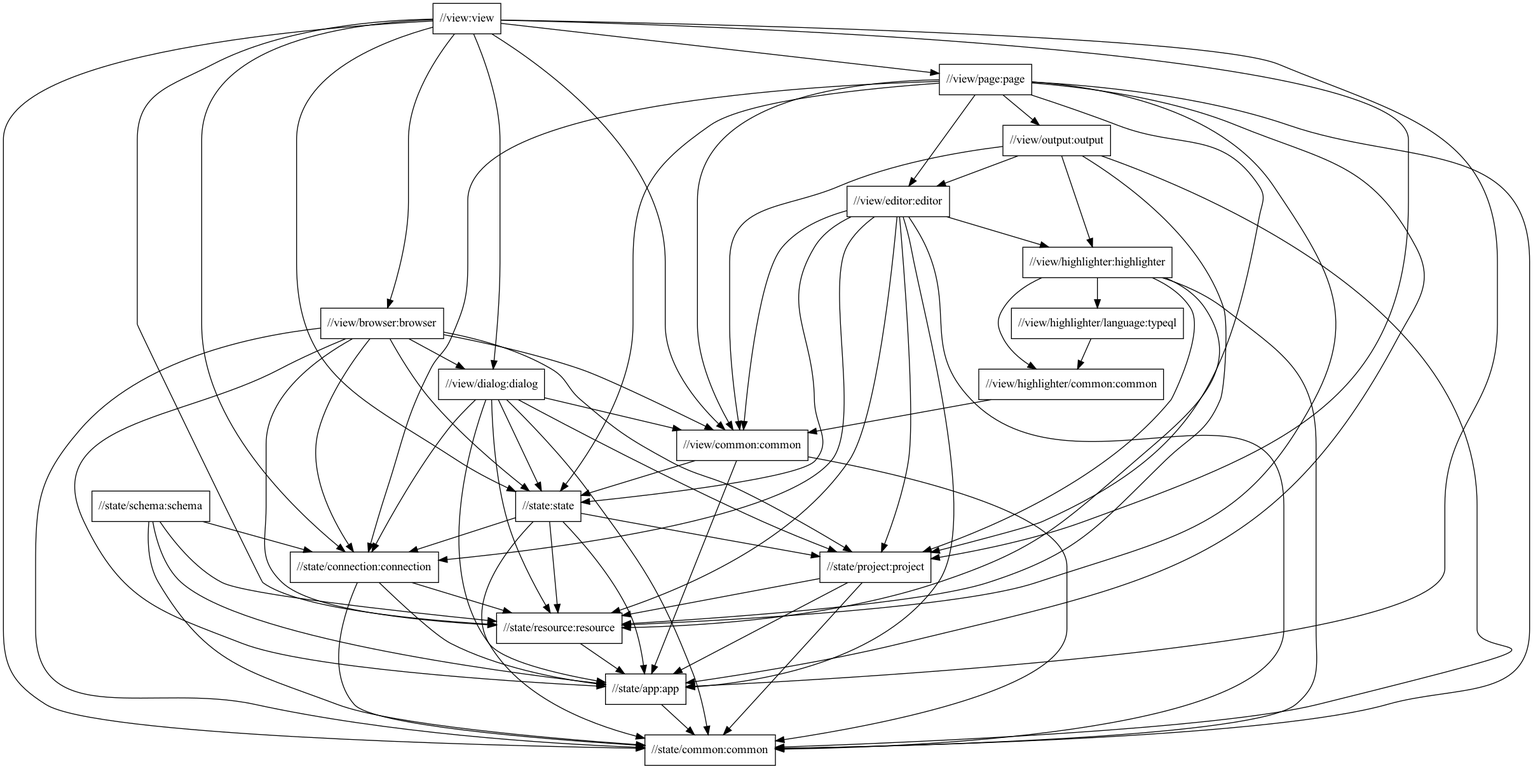
This is docs/global-package-structure.png from typedb/typedb-studio, a Graphviz export, as it was before one commit. Its source is kept beside it as docs/global-package-structure.dot.
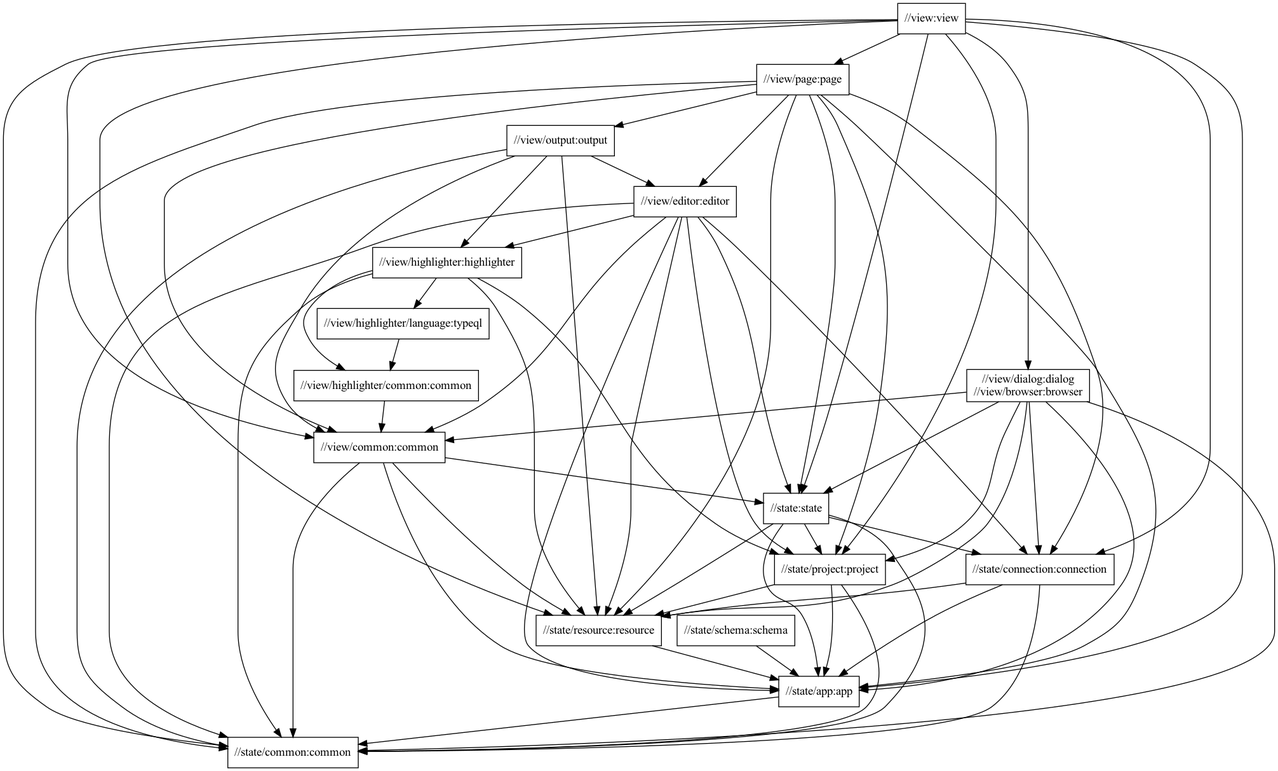
After the change.

Commit message:
Update package structure

What changed in the source:
```diff
@@ -1,5 +1,7 @@
 digraph mygraph {
   node [shape=box];
+  "//state/schema:schema"
+  "//state/schema:schema" -> "//state/app:app"
   "//view:view"
   "//view:view" -> "//state:state"
   "//view:view" -> "//state/app:app"
@@ -7,9 +9,8 @@
   "//view:view" -> "//state/connection:connection"
   "//view:view" -> "//state/project:project"
   "//view:view" -> "//state/resource:resource"
-  "//view:view" -> "//view/browser:browser"
+  "//view:view" -> "//view/dialog:dialog\n//view/browser:browser"
   "//view:view" -> "//view/common:common"
-  "//view:view" -> "//view/dialog:dialog"
   "//view:view" -> "//view/page:page"
   "//view/page:page"
   "//view/page:page" -> "//state:state"
@@ -46,24 +47,16 @@
   "//view/highlighter/language:typeql" -> "//view/highlighter/common:common"
   "//view/highlighter/common:common"
   "//view/highlighter/common:common" -> "//view/common:common"
-  "//view/browser:browser"
-  "//view/browser:browser" -> "//state:state"
-  "//view/browser:browser" -> "//state/app:app"
-  "//view/browser:browser" -> "//state/common:common"
-  "//view/browser:browser" -> "//state/connection:connection"
-  "//view/browser:browser" -> "//state/project:project"
-  "//view/browser:browser" -> "//state/resource:resource"
-  "//view/browser:browser" -> "//view/common:common"
-  "//view/browser:browser" -> "//view/dialog:dialog"
-  "//view/dialog:dialog"
-  "//view/dialog:dialog" -> "//state:state"
-  "//view/dialog:dialog" -> "//state/app:app"
-  "//view/dialog:dialog" -> "//state/common:common"
-  "//view/dialog:dialog" -> "//state/connection:connection"
-  "//view/dialog:dialog" -> "//state/project:project"
-  "//view/dialog:dialog" -> "//state/resource:resource"
-  "//view/dialog:dialog" -> "//view/common:common"
+  "//view/dialog:dialog\n//view/browser:browser"
+  "//view/dialog:dialog\n//view/browser:browser" -> "//state:state"
+  "//view/dialog:dialog\n//view/browser:browser" -> "//state/app:app"
+  "//view/dialog:dialog\n//view/browser:browser" -> "//state/common:common"
+  "//view/dialog:dialog\n//view/browser:browser" -> "//state/connection:connection"
+  "//view/dialog:dialog\n//view/browser:browser" -> "//state/project:project"
+  "//view/dialog:dialog\n//view/browser:browser" -> "//state/resource:resource"
+  "//view/dialog:dialog\n//view/browser:browser" -> "//view/common:common"
   "//view/common:common"
+  "//view/common:common" -> "//state/resource:resource"
   "//view/common:common" -> "//state/common:common"
   "//view/common:common" -> "//state:state"
   "//view/common:common" -> "//state/app:app"
@@ -73,19 +66,14 @@
   "//state:state" -> "//state/connection:connection"
   "//state:state" -> "//state/project:project"
   "//state:state" -> "//state/resource:resource"
-  "//state/schema:schema"
-  "//state/schema:schema" -> "//state/app:app"
-  "//state/schema:schema" -> "//state/common:common"
-  "//state/schema:schema" -> "//state/connection:connection"
-  "//state/schema:schema" -> "//state/resource:resource"
+  "//state/project:project"
+  "//state/project:project" -> "//state/app:app"
+  "//state/project:project" -> "//state/common:common"
+  "//state/project:project" -> "//state/resource:resource"
   "//state/connection:connection"
   "//state/connection:connection" -> "//state/app:app"
   "//state/connection:connection" -> "//state/common:common"
   "//state/connection:connection" -> "//state/resource:resource"
-  "//state/project:project"
-  "//state/project:project" -> "//state/app:app"
-  "//state/project:project" -> "//state/common:common"
-  "//state/project:project" -> "//state/resource:resource"
   "//state/resource:resource"
   "//state/resource:resource" -> "//state/app:app"
   "//state/app:app"
```
